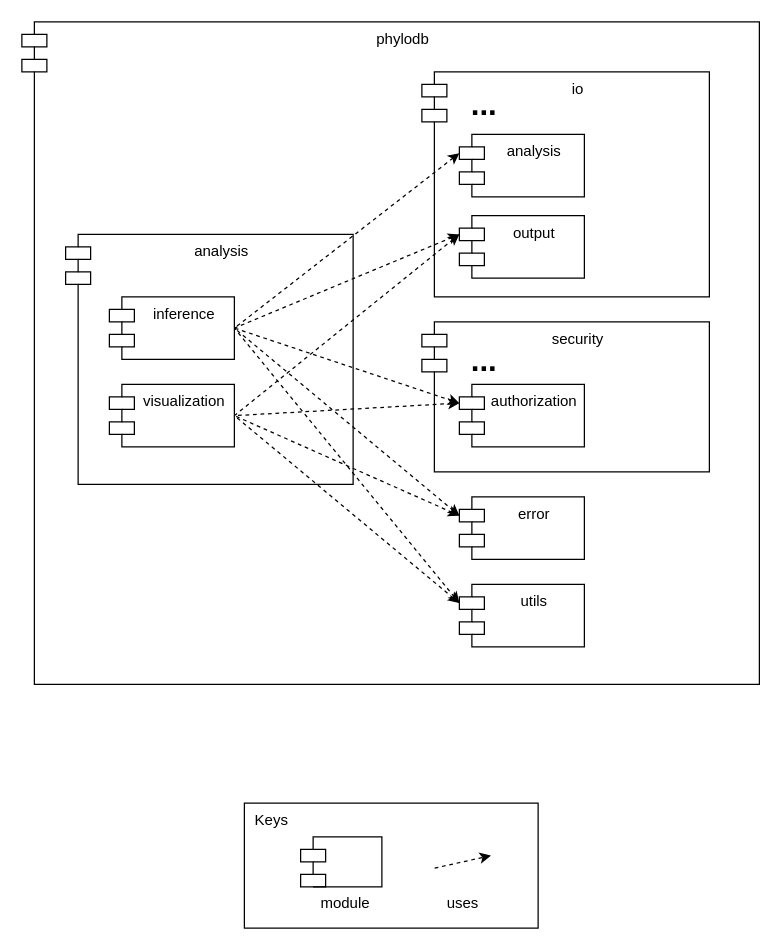
Earlier version of the draw.io diagram wiki/draw.io/phylodb/uses-analysis.drawio (phyloviz/phyloDB). Source tidied: cells renumbered, new cells numbered last; positions are measured from the earlier drawing's top-left corner, leaving out a move shared by most shapes. Both pictures are drawn from the tidied source at 125%, with x=0, y=0 at pixel (21, 21).
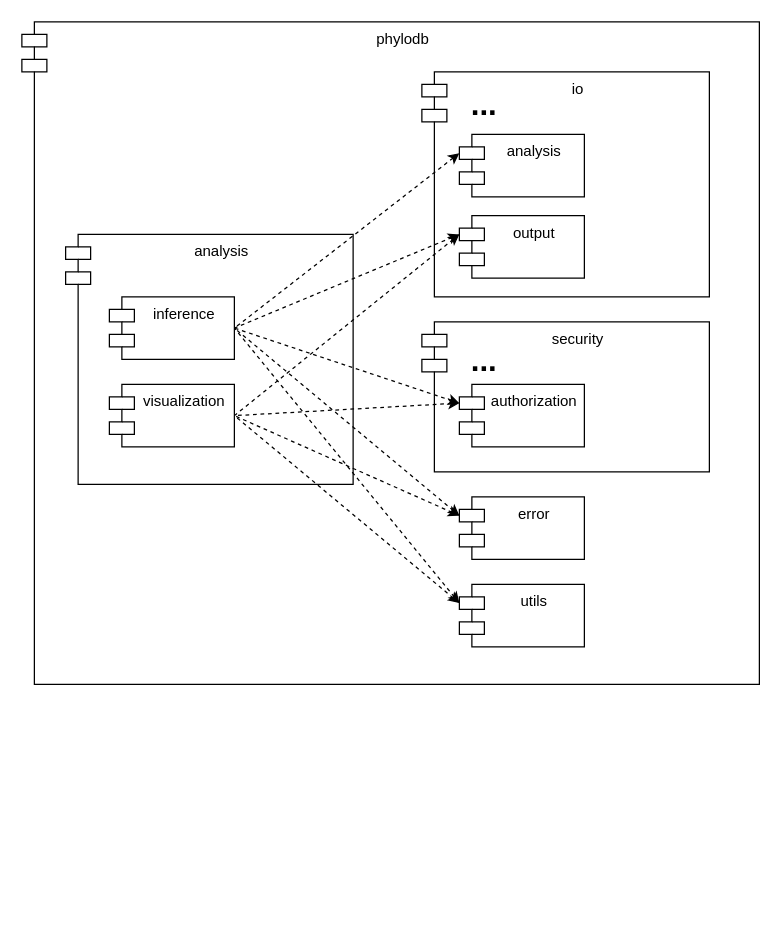
The same page after the edit.

The edit, as a diff of the source:
```diff
@@
-    <mxCell id="25" style="group;" parent="1" vertex="1">
-      <mxGeometry x="178" y="625" width="235" height="100" as="geometry" />
-    </mxCell>
-    <mxCell id="26" value="&amp;nbsp; Keys" style="rounded=0;whiteSpace=wrap;html=1;align=left;verticalAlign=top;" parent="25" vertex="1">
-      <mxGeometry width="235" height="100" as="geometry" />
-    </mxCell>
-    <mxCell id="27" style="endArrow=classic;html=1;exitX=1;exitY=0.5;exitDx=0;exitDy=0;startArrow=none;startFill=0;endFill=1;dashed=1;" parent="25" edge="1">
-      <mxGeometry relative="1" as="geometry">
-        <mxPoint x="152.2" y="52" as="sourcePoint" />
-        <mxPoint x="197.2" y="42" as="targetPoint" />
-      </mxGeometry>
-    </mxCell>
-    <mxCell id="28" value="uses" style="text;html=1;strokeColor=none;fillColor=none;align=center;verticalAlign=middle;whiteSpace=wrap;rounded=0;" parent="25" vertex="1">
-      <mxGeometry x="145" y="70" width="59.5" height="20" as="geometry" />
-    </mxCell>
-    <mxCell id="29" style="shape=module;align=left;spacingLeft=20;align=center;verticalAlign=top;" parent="25" vertex="1">
-      <mxGeometry x="45" y="27" width="65" height="40" as="geometry" />
-    </mxCell>
-    <mxCell id="30" value="module" style="text;html=1;strokeColor=none;fillColor=none;align=center;verticalAlign=middle;whiteSpace=wrap;rounded=0;" parent="25" vertex="1">
-      <mxGeometry x="50.5" y="70" width="59.5" height="20" as="geometry" />
-    </mxCell>
```
